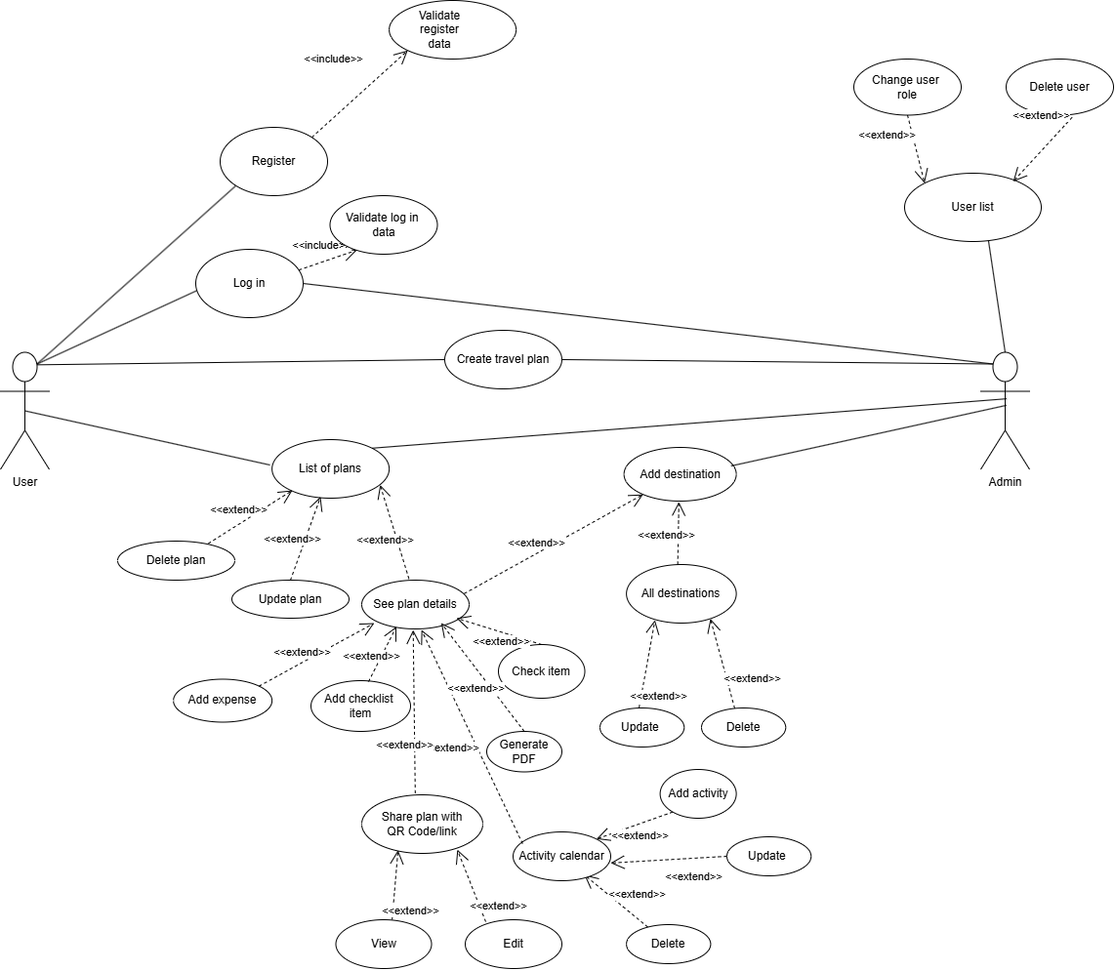
This is docs/use_case.png from Marijana49/Web_Projekat, a draw.io export, as it was before one commit. Source tidied: cells renumbered, new cells last; positions are measured from the earlier drawing's top-left corner, leaving out a move shared by most shapes. Its diagram source:
```xml
<mxGraphModel>
  <root>
    <mxCell id="0" />
    <mxCell id="1" parent="0" />
    <mxCell id="2" value="User&lt;div&gt;&lt;br&gt;&lt;/div&gt;" style="shape=umlActor;verticalLabelPosition=bottom;verticalAlign=top;html=1;outlineConnect=0;" parent="1" vertex="1">
      <mxGeometry y="360.5" width="50" height="120" as="geometry" />
    </mxCell>
    <mxCell id="3" value="&lt;div&gt;Admin&lt;/div&gt;&lt;div&gt;&lt;br&gt;&lt;/div&gt;" style="shape=umlActor;verticalLabelPosition=bottom;verticalAlign=top;html=1;outlineConnect=0;" parent="1" vertex="1">
      <mxGeometry x="1004" y="360.5" width="50" height="120" as="geometry" />
    </mxCell>
    <mxCell id="4" style="endArrow=none;html=1;rounded=0;entryX=0.012;entryY=0.603;entryDx=0;entryDy=0;entryPerimeter=0;exitX=0.75;exitY=0.1;exitDx=0;exitDy=0;exitPerimeter=0;" parent="1" edge="1" source="2" target="9">
      <mxGeometry relative="1" as="geometry" />
    </mxCell>
    <mxCell id="5" style="endArrow=none;html=1;rounded=0;exitX=0.75;exitY=0.1;exitDx=0;exitDy=0;exitPerimeter=0;entryX=0;entryY=1;entryDx=0;entryDy=0;" parent="1" edge="1" source="2" target="10">
      <mxGeometry relative="1" as="geometry" />
    </mxCell>
    <mxCell id="6" value="&amp;lt;&amp;lt;include&amp;gt;&amp;gt;" style="endArrow=open;endSize=12;dashed=1;html=1;rounded=0;entryX=0.251;entryY=0.93;entryDx=0;entryDy=0;entryPerimeter=0;" parent="1" edge="1" source="9" target="13">
      <mxGeometry x="-0.02" y="16" relative="1" as="geometry" />
    </mxCell>
    <mxCell id="7" value="&amp;lt;&amp;lt;include&amp;gt;&amp;gt;" style="endArrow=open;endSize=12;dashed=1;html=1;rounded=0;entryX=0;entryY=1;entryDx=0;entryDy=0;exitX=1;exitY=0;exitDx=0;exitDy=0;" parent="1" edge="1" source="10" target="11">
      <mxGeometry x="0.06" y="45" relative="1" as="geometry" />
    </mxCell>
    <mxCell id="8" value="Create travel plan" style="ellipse;whiteSpace=wrap;html=1;" parent="1" vertex="1">
      <mxGeometry x="455" y="338" width="120" height="60" as="geometry" />
    </mxCell>
    <mxCell id="9" value="Log in" style="ellipse;whiteSpace=wrap;html=1;" parent="1" vertex="1">
      <mxGeometry x="200" y="255" width="110" height="70" as="geometry" />
    </mxCell>
    <mxCell id="10" value="Register" style="ellipse;whiteSpace=wrap;html=1;" parent="1" vertex="1">
      <mxGeometry x="225" y="130" width="110" height="70" as="geometry" />
    </mxCell>
    <mxCell id="11" value="&lt;span style=&quot;color: rgba(0, 0, 0, 0); font-family: monospace; font-size: 0px; text-align: start; white-space: nowrap;&quot;&gt;%3CmxGraphModel%3E%3Croot%3E%3CmxCell%20id%3D%220%22%2F%3E%3CmxCell%20id%3D%221%22%20parent%3D%220%22%2F%3E%3CmxCell%20id%3D%222%22%20parent%3D%221%22%20style%3D%22text%3Bhtml%3D1%3BwhiteSpace%3Dwrap%3BstrokeColor%3Dnone%3BfillColor%3Dnone%3Balign%3Dcenter%3BverticalAlign%3Dmiddle%3Brounded%3D0%3B%22%20value%3D%22Register%20data%20validation%22%20vertex%3D%221%22%3E%3CmxGeometry%20height%3D%2230%22%20width%3D%2260%22%20x%3D%22354%22%20y%3D%22252.5%22%20as%3D%22geometry%22%2F%3E%3C%2FmxCell%3E%3C%2Froot%3E%3C%2FmxGraphModel%3E&lt;/span&gt;" style="ellipse;whiteSpace=wrap;html=1;" parent="1" vertex="1">
      <mxGeometry x="398.1" width="130" height="60" as="geometry" />
    </mxCell>
    <mxCell id="12" value="Validate register data" style="text;html=1;whiteSpace=wrap;strokeColor=none;fillColor=none;align=center;verticalAlign=middle;rounded=0;" parent="1" vertex="1">
      <mxGeometry x="420" y="15" width="60" height="30" as="geometry" />
    </mxCell>
    <mxCell id="13" value="Validate log in&amp;nbsp;&lt;div&gt;data&lt;/div&gt;" style="ellipse;whiteSpace=wrap;html=1;" parent="1" vertex="1">
      <mxGeometry x="337.5" y="200" width="110" height="60" as="geometry" />
    </mxCell>
    <mxCell id="14" value="List of plans" style="ellipse;whiteSpace=wrap;html=1;" parent="1" vertex="1">
      <mxGeometry x="278.1" y="450" width="120" height="60" as="geometry" />
    </mxCell>
    <mxCell id="15" style="endArrow=none;html=1;rounded=0;entryX=0;entryY=0.5;entryDx=0;entryDy=0;exitX=0.755;exitY=0.107;exitDx=0;exitDy=0;exitPerimeter=0;" parent="1" edge="1" source="2" target="8">
      <mxGeometry relative="1" as="geometry" />
    </mxCell>
    <mxCell id="16" value="See plan details" style="ellipse;whiteSpace=wrap;html=1;" parent="1" vertex="1">
      <mxGeometry x="370" y="594" width="110" height="50" as="geometry" />
    </mxCell>
    <mxCell id="17" value="Update plan" style="ellipse;whiteSpace=wrap;html=1;" parent="1" vertex="1">
      <mxGeometry x="237" y="594" width="120" height="39" as="geometry" />
    </mxCell>
    <mxCell id="18" value="Delete plan" style="ellipse;whiteSpace=wrap;html=1;" parent="1" vertex="1">
      <mxGeometry x="120" y="554" width="120" height="40" as="geometry" />
    </mxCell>
    <mxCell id="19" value="&amp;lt;&amp;lt;extend&amp;gt;&amp;gt;" style="endArrow=open;endSize=12;dashed=1;html=1;rounded=0;exitX=0.44;exitY=-0.026;exitDx=0;exitDy=0;exitPerimeter=0;entryX=0.922;entryY=0.772;entryDx=0;entryDy=0;entryPerimeter=0;" parent="1" edge="1" source="16" target="14">
      <mxGeometry x="-0.08" y="12" relative="1" as="geometry" />
    </mxCell>
    <mxCell id="20" value="Add destination" style="ellipse;whiteSpace=wrap;html=1;" parent="1" vertex="1">
      <mxGeometry x="638.6" y="458" width="115" height="55" as="geometry" />
    </mxCell>
    <mxCell id="21" value="&amp;lt;&amp;lt;extend&amp;gt;&amp;gt;" style="endArrow=open;endSize=12;dashed=1;html=1;rounded=0;exitX=0.953;exitY=0.277;exitDx=0;exitDy=0;exitPerimeter=0;" parent="1" edge="1" source="16" target="20">
      <mxGeometry x="-0.16" y="9" relative="1" as="geometry" />
    </mxCell>
    <mxCell id="22" value="All destinations" style="ellipse;whiteSpace=wrap;html=1;" parent="1" vertex="1">
      <mxGeometry x="641.1" y="578" width="112.5" height="60" as="geometry" />
    </mxCell>
    <mxCell id="23" value="&amp;lt;&amp;lt;extend&amp;gt;&amp;gt;" style="endArrow=open;endSize=12;dashed=1;html=1;rounded=0;exitX=0.467;exitY=0;exitDx=0;exitDy=0;entryX=0.489;entryY=1.015;entryDx=0;entryDy=0;entryPerimeter=0;exitPerimeter=0;" parent="1" edge="1" source="22" target="20">
      <mxGeometry x="-0.08" y="12" relative="1" as="geometry" />
    </mxCell>
    <mxCell id="24" value="Update&amp;nbsp;" style="ellipse;whiteSpace=wrap;html=1;" parent="1" vertex="1">
      <mxGeometry x="614" y="725" width="86.2" height="40" as="geometry" />
    </mxCell>
    <mxCell id="25" value="Delete" style="ellipse;whiteSpace=wrap;html=1;" parent="1" vertex="1">
      <mxGeometry x="718" y="725" width="86.2" height="40" as="geometry" />
    </mxCell>
    <mxCell id="26" value="&amp;lt;&amp;lt;extend&amp;gt;&amp;gt;" style="endArrow=open;endSize=12;dashed=1;html=1;rounded=0;exitX=0.464;exitY=0;exitDx=0;exitDy=0;entryX=0.26;entryY=0.949;entryDx=0;entryDy=0;exitPerimeter=0;entryPerimeter=0;" parent="1" edge="1" source="24" target="22">
      <mxGeometry x="-0.69" y="-18" relative="1" as="geometry" />
    </mxCell>
    <mxCell id="27" value="&amp;lt;&amp;lt;extend&amp;gt;&amp;gt;" style="endArrow=open;endSize=12;dashed=1;html=1;rounded=0;entryX=0.764;entryY=0.925;entryDx=0;entryDy=0;entryPerimeter=0;exitX=0.394;exitY=0.008;exitDx=0;exitDy=0;exitPerimeter=0;" parent="1" edge="1" source="25" target="22">
      <mxGeometry x="-0.52" y="-25" relative="1" as="geometry" />
    </mxCell>
    <mxCell id="28" value="&amp;lt;&amp;lt;extend&amp;gt;&amp;gt;" style="endArrow=open;endSize=12;dashed=1;html=1;rounded=0;exitX=0.5;exitY=0;exitDx=0;exitDy=0;entryX=0.415;entryY=0.974;entryDx=0;entryDy=0;entryPerimeter=0;" parent="1" edge="1" source="17" target="14">
      <mxGeometry x="-0.08" y="12" relative="1" as="geometry" />
    </mxCell>
    <mxCell id="29" value="&amp;lt;&amp;lt;extend&amp;gt;&amp;gt;" style="endArrow=open;endSize=12;dashed=1;html=1;rounded=0;entryX=0.411;entryY=0.994;entryDx=0;entryDy=0;entryPerimeter=0;exitX=0.774;exitY=0.062;exitDx=0;exitDy=0;exitPerimeter=0;" parent="1" edge="1" source="18">
      <mxGeometry x="-0.08" y="12" relative="1" as="geometry">
        <mxPoint x="299" y="502" as="targetPoint" />
      </mxGeometry>
    </mxCell>
    <mxCell id="30" style="endArrow=none;html=1;rounded=0;exitX=1;exitY=0.5;exitDx=0;exitDy=0;entryX=0.25;entryY=0.1;entryDx=0;entryDy=0;entryPerimeter=0;" parent="1" edge="1" source="9" target="3">
      <mxGeometry relative="1" as="geometry" />
    </mxCell>
    <mxCell id="31" value="&amp;lt;&amp;lt;extend&amp;gt;&amp;gt;" style="endArrow=open;endSize=12;dashed=1;html=1;rounded=0;exitX=0;exitY=1;exitDx=0;exitDy=0;entryX=1;entryY=0;entryDx=0;entryDy=0;" parent="1" edge="1" source="42" target="40">
      <mxGeometry x="-0.08" y="12" relative="1" as="geometry" />
    </mxCell>
    <mxCell id="32" value="&amp;lt;&amp;lt;extend&amp;gt;&amp;gt;" style="endArrow=open;endSize=12;dashed=1;html=1;rounded=0;entryX=0.73;entryY=0.881;entryDx=0;entryDy=0;entryPerimeter=0;" parent="1" edge="1" source="43" target="40">
      <mxGeometry x="-0.33" y="-19" relative="1" as="geometry" />
    </mxCell>
    <mxCell id="33" value="&amp;lt;&amp;lt;extend&amp;gt;&amp;gt;" style="endArrow=open;endSize=12;dashed=1;html=1;rounded=0;exitX=0;exitY=0.5;exitDx=0;exitDy=0;entryX=0.999;entryY=0.637;entryDx=0;entryDy=0;entryPerimeter=0;" parent="1" edge="1" source="44" target="40">
      <mxGeometry x="-0.38" y="19" relative="1" as="geometry" />
    </mxCell>
    <mxCell id="34" value="User list" style="ellipse;whiteSpace=wrap;html=1;" parent="1" vertex="1">
      <mxGeometry x="926" y="177" width="140" height="70" as="geometry" />
    </mxCell>
    <mxCell id="35" style="endArrow=none;html=1;rounded=0;exitX=0.5;exitY=0;exitDx=0;exitDy=0;exitPerimeter=0;entryX=0.614;entryY=0.991;entryDx=0;entryDy=0;entryPerimeter=0;" parent="1" edge="1" source="3" target="34">
      <mxGeometry relative="1" as="geometry" />
    </mxCell>
    <mxCell id="36" value="Change user&amp;nbsp;&lt;div&gt;role&lt;/div&gt;" style="ellipse;whiteSpace=wrap;html=1;" parent="1" vertex="1">
      <mxGeometry x="874" y="60" width="110" height="57.5" as="geometry" />
    </mxCell>
    <mxCell id="37" value="Share plan with&lt;div&gt;QR Code/link&lt;/div&gt;" style="ellipse;whiteSpace=wrap;html=1;" parent="1" vertex="1">
      <mxGeometry x="370" y="814" width="124" height="60" as="geometry" />
    </mxCell>
    <mxCell id="38" style="endArrow=none;html=1;rounded=0;exitX=0.954;exitY=0.345;exitDx=0;exitDy=0;exitPerimeter=0;entryX=0.526;entryY=0.453;entryDx=0;entryDy=0;entryPerimeter=0;" parent="1" edge="1" source="20" target="3">
      <mxGeometry relative="1" as="geometry" />
    </mxCell>
    <mxCell id="39" style="endArrow=none;html=1;rounded=0;exitX=1;exitY=0.5;exitDx=0;exitDy=0;entryX=0.25;entryY=0.1;entryDx=0;entryDy=0;entryPerimeter=0;" parent="1" edge="1" source="8" target="3">
      <mxGeometry relative="1" as="geometry" />
    </mxCell>
    <mxCell id="40" value="Activity calendar" style="ellipse;whiteSpace=wrap;html=1;" parent="1" vertex="1">
      <mxGeometry x="525" y="852" width="100" height="50" as="geometry" />
    </mxCell>
    <mxCell id="41" value="&amp;lt;&amp;lt;extend&amp;gt;&amp;gt;" style="endArrow=open;endSize=12;dashed=1;html=1;rounded=0;exitX=0.097;exitY=0.241;exitDx=0;exitDy=0;exitPerimeter=0;" parent="1" edge="1" source="40">
      <mxGeometry x="-0.02" y="25" relative="1" as="geometry">
        <mxPoint x="431.2" y="645" as="targetPoint" />
      </mxGeometry>
    </mxCell>
    <mxCell id="42" value="Add activity" style="ellipse;whiteSpace=wrap;html=1;" parent="1" vertex="1">
      <mxGeometry x="675.6" y="788" width="78" height="50" as="geometry" />
    </mxCell>
    <mxCell id="43" value="Delete" style="ellipse;whiteSpace=wrap;html=1;" parent="1" vertex="1">
      <mxGeometry x="641.1" y="947" width="86.2" height="40" as="geometry" />
    </mxCell>
    <mxCell id="44" value="Update&amp;nbsp;" style="ellipse;whiteSpace=wrap;html=1;" parent="1" vertex="1">
      <mxGeometry x="744" y="857" width="86.2" height="40" as="geometry" />
    </mxCell>
    <mxCell id="45" style="endArrow=none;html=1;rounded=0;exitX=0.5;exitY=0.5;exitDx=0;exitDy=0;exitPerimeter=0;" parent="1" edge="1" source="2">
      <mxGeometry relative="1" as="geometry">
        <mxPoint x="276" y="476" as="targetPoint" />
      </mxGeometry>
    </mxCell>
    <mxCell id="46" style="endArrow=none;html=1;rounded=0;exitX=1;exitY=0;exitDx=0;exitDy=0;entryX=0.53;entryY=0.397;entryDx=0;entryDy=0;entryPerimeter=0;" parent="1" edge="1" source="14" target="3">
      <mxGeometry relative="1" as="geometry" />
    </mxCell>
    <mxCell id="47" value="Check item" style="ellipse;whiteSpace=wrap;html=1;" parent="1" vertex="1">
      <mxGeometry x="510" y="660" width="88.5" height="55" as="geometry" />
    </mxCell>
    <mxCell id="48" value="Add checklist&amp;nbsp;&lt;div&gt;item&lt;/div&gt;" style="ellipse;whiteSpace=wrap;html=1;" parent="1" vertex="1">
      <mxGeometry x="318" y="697" width="102" height="52" as="geometry" />
    </mxCell>
    <mxCell id="49" value="&amp;lt;&amp;lt;extend&amp;gt;&amp;gt;" style="endArrow=open;endSize=12;dashed=1;html=1;rounded=0;exitX=0.578;exitY=0.02;exitDx=0;exitDy=0;exitPerimeter=0;entryX=0.323;entryY=0.952;entryDx=0;entryDy=0;entryPerimeter=0;" parent="1" edge="1" source="48" target="16">
      <mxGeometry x="-0.16" y="9" relative="1" as="geometry" />
    </mxCell>
    <mxCell id="50" value="&amp;lt;&amp;lt;extend&amp;gt;&amp;gt;" style="endArrow=open;endSize=12;dashed=1;html=1;rounded=0;exitX=0.5;exitY=0;exitDx=0;exitDy=0;" parent="1" edge="1" source="47">
      <mxGeometry x="-0.16" y="9" relative="1" as="geometry">
        <mxPoint x="467" y="633" as="targetPoint" />
      </mxGeometry>
    </mxCell>
    <mxCell id="51" value="Add expense" style="ellipse;whiteSpace=wrap;html=1;" parent="1" vertex="1">
      <mxGeometry x="177.1" y="695.5" width="101" height="44" as="geometry" />
    </mxCell>
    <mxCell id="52" value="&amp;lt;&amp;lt;extend&amp;gt;&amp;gt;" style="endArrow=open;endSize=12;dashed=1;html=1;rounded=0;exitX=1;exitY=0;exitDx=0;exitDy=0;entryX=0.117;entryY=0.88;entryDx=0;entryDy=0;entryPerimeter=0;" parent="1" edge="1" source="51" target="16">
      <mxGeometry x="-0.16" y="9" relative="1" as="geometry" />
    </mxCell>
    <mxCell id="53" value="Delete user" style="ellipse;whiteSpace=wrap;html=1;" parent="1" vertex="1">
      <mxGeometry x="1030" y="60" width="110" height="57.5" as="geometry" />
    </mxCell>
    <mxCell id="54" value="&amp;lt;&amp;lt;extend&amp;gt;&amp;gt;" style="endArrow=open;endSize=12;dashed=1;html=1;rounded=0;entryX=0;entryY=0;entryDx=0;entryDy=0;exitX=0.5;exitY=1;exitDx=0;exitDy=0;" parent="1" edge="1" source="36" target="34">
      <mxGeometry x="-0.52" y="-25" relative="1" as="geometry" />
    </mxCell>
    <mxCell id="55" value="&amp;lt;&amp;lt;extend&amp;gt;&amp;gt;" style="endArrow=open;endSize=12;dashed=1;html=1;rounded=0;entryX=0.794;entryY=0.122;entryDx=0;entryDy=0;entryPerimeter=0;exitX=0.614;exitY=1.04;exitDx=0;exitDy=0;exitPerimeter=0;" parent="1" edge="1" source="53" target="34">
      <mxGeometry x="-0.52" y="-25" relative="1" as="geometry" />
    </mxCell>
    <mxCell id="56" value="Generate PDF" style="ellipse;whiteSpace=wrap;html=1;" parent="1" vertex="1">
      <mxGeometry x="498" y="749" width="77" height="41.5" as="geometry" />
    </mxCell>
    <mxCell id="57" value="&amp;lt;&amp;lt;extend&amp;gt;&amp;gt;" style="endArrow=open;endSize=12;dashed=1;html=1;rounded=0;exitX=0.5;exitY=0;exitDx=0;exitDy=0;entryX=0.739;entryY=0.878;entryDx=0;entryDy=0;entryPerimeter=0;" parent="1" edge="1" source="56" target="16">
      <mxGeometry x="-0.08" y="12" relative="1" as="geometry" />
    </mxCell>
    <mxCell id="58" value="&amp;lt;&amp;lt;extend&amp;gt;&amp;gt;" style="endArrow=open;endSize=12;dashed=1;html=1;rounded=0;exitX=0.442;exitY=-0.027;exitDx=0;exitDy=0;entryX=0.479;entryY=1.022;entryDx=0;entryDy=0;entryPerimeter=0;exitPerimeter=0;" parent="1" edge="1" source="37" target="16">
      <mxGeometry x="-0.39" y="10" relative="1" as="geometry" />
    </mxCell>
    <mxCell id="59" value="View" style="ellipse;whiteSpace=wrap;html=1;" parent="1" vertex="1">
      <mxGeometry x="343.5" y="942" width="98" height="50" as="geometry" />
    </mxCell>
    <mxCell id="60" value="Edit" style="ellipse;whiteSpace=wrap;html=1;" parent="1" vertex="1">
      <mxGeometry x="476" y="942" width="99" height="50" as="geometry" />
    </mxCell>
    <mxCell id="61" value="&amp;lt;&amp;lt;extend&amp;gt;&amp;gt;" style="endArrow=open;endSize=12;dashed=1;html=1;rounded=0;exitX=0.588;exitY=-0.002;exitDx=0;exitDy=0;exitPerimeter=0;entryX=0.3;entryY=0.945;entryDx=0;entryDy=0;entryPerimeter=0;" parent="1" edge="1" source="59" target="37">
      <mxGeometry x="-0.69" y="-18" relative="1" as="geometry" />
    </mxCell>
    <mxCell id="62" value="&amp;lt;&amp;lt;extend&amp;gt;&amp;gt;" style="endArrow=open;endSize=12;dashed=1;html=1;rounded=0;exitX=0.212;exitY=0.04;exitDx=0;exitDy=0;entryX=0.789;entryY=0.936;entryDx=0;entryDy=0;exitPerimeter=0;entryPerimeter=0;" parent="1" edge="1" source="60" target="37">
      <mxGeometry x="-0.69" y="-18" relative="1" as="geometry" />
    </mxCell>
  </root>
</mxGraphModel>
```
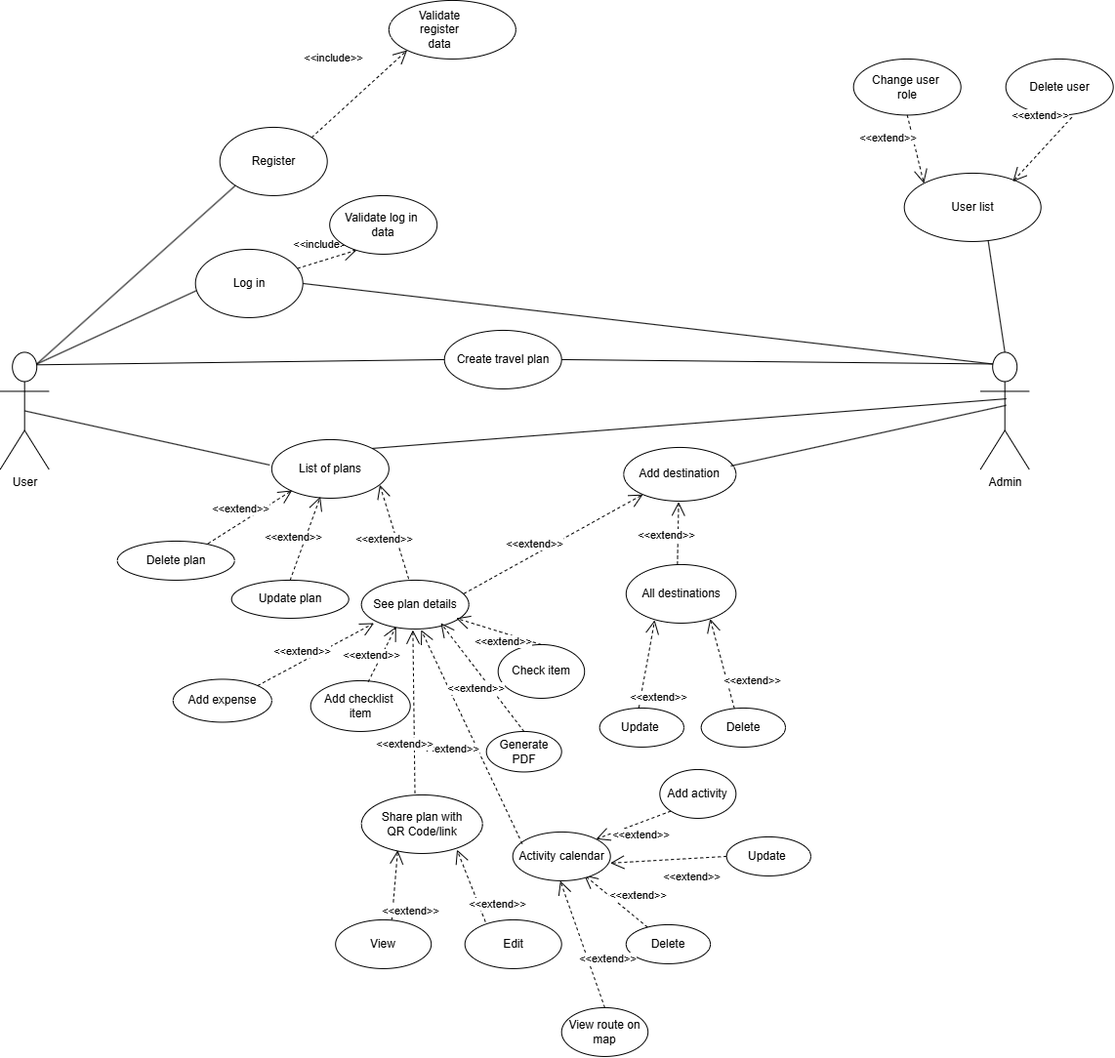
Above is the later version.

Commit message:
updated use case

What changed in the source:
```diff
@@ -193,5 +193,13 @@
     <mxCell id="62" value="&amp;lt;&amp;lt;extend&amp;gt;&amp;gt;" style="endArrow=open;endSize=12;dashed=1;html=1;rounded=0;exitX=0.212;exitY=0.04;exitDx=0;exitDy=0;entryX=0.789;entryY=0.936;entryDx=0;entryDy=0;exitPerimeter=0;entryPerimeter=0;" parent="1" edge="1" source="60" target="37">
       <mxGeometry x="-0.69" y="-18" relative="1" as="geometry" />
     </mxCell>
+    <mxCell id="63" value="View route on map" style="ellipse;whiteSpace=wrap;html=1;" parent="1" vertex="1">
+      <mxGeometry x="575" y="1032" width="88.5" height="50" as="geometry" />
+    </mxCell>
+    <mxCell id="64" value="&amp;lt;&amp;lt;extend&amp;gt;&amp;gt;" style="endArrow=open;endSize=12;dashed=1;html=1;rounded=0;entryX=0.73;entryY=0.881;entryDx=0;entryDy=0;entryPerimeter=0;exitX=0.5;exitY=0;exitDx=0;exitDy=0;" parent="1" edge="1" source="63">
+      <mxGeometry x="-0.33" y="-19" relative="1" as="geometry">
+        <mxPoint x="573.6" y="902" as="targetPoint" />
+      </mxGeometry>
+    </mxCell>
   </root>
 </mxGraphModel>
```
